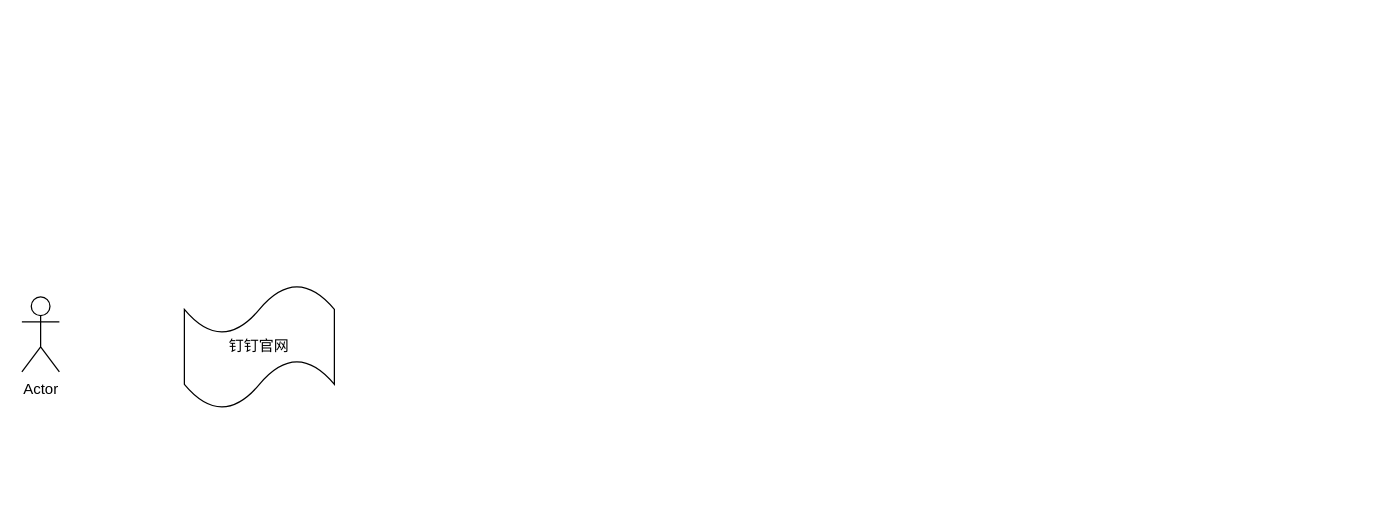
Above: Untitled Diagram.drawio in chenkangzeng/appstreaming (draw.io), before the change. Source tidied: cells renumbered, new cells numbered last; positions are measured from the earlier drawing's top-left corner, leaving out a move shared by most shapes. Both pictures are drawn from the tidied source at 125%, with x=0, y=0 at pixel (21, 284).
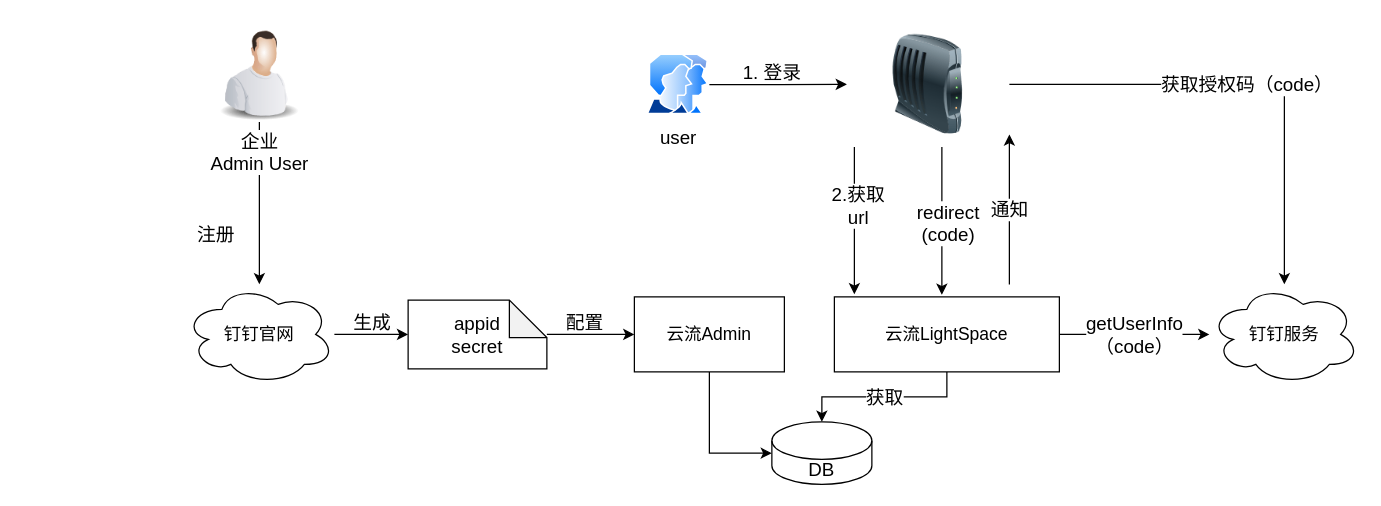
Above is the later version.

What changed in the source:
```diff
@@
-    <mxCell id="2" value="Actor" style="shape=umlActor;verticalLabelPosition=bottom;verticalAlign=top;html=1;" parent="1" vertex="1">
-      <mxGeometry y="10" width="30" height="60" as="geometry" />
-    </mxCell>
+    <mxCell id="4" style="edgeStyle=orthogonalEdgeStyle;rounded=0;jettySize=auto;html=1;fontSize=15;" parent="1" edge="1" source="3" target="6">
+      <mxGeometry relative="1" as="geometry" />
+    </mxCell>
-    <mxCell id="3" value="钉钉官网" style="shape=tape;whiteSpace=wrap;html=1;" parent="1" vertex="1">
-      <mxGeometry x="130" width="120" height="100" as="geometry" />
+    <mxCell id="3" value="钉钉官网" style="ellipse;shape=cloud;whiteSpace=wrap;html=1;fontSize=14;" parent="1" vertex="1">
+      <mxGeometry x="130" width="120" height="80" as="geometry" />
     </mxCell>
+    <mxCell id="5" style="edgeStyle=orthogonalEdgeStyle;rounded=0;jettySize=auto;html=1;fontSize=15;" parent="1" edge="1" source="6" target="8">
+      <mxGeometry relative="1" as="geometry" />
+    </mxCell>
+    <mxCell id="6" value="appid&lt;br style=&quot;font-size: 15px;&quot;&gt;secret" style="shape=note;whiteSpace=wrap;html=1;backgroundOutline=1;darkOpacity=0.05;fontSize=15;" parent="1" vertex="1">
+      <mxGeometry x="309" y="12.5" width="111" height="55" as="geometry" />
+    </mxCell>
+    <mxCell id="7" style="edgeStyle=orthogonalEdgeStyle;rounded=0;jettySize=auto;html=1;entryX=0;entryY=0.5;entryDx=0;entryDy=0;entryPerimeter=0;fontSize=15;" parent="1" edge="1" source="8" target="12">
+      <mxGeometry relative="1" as="geometry" />
+    </mxCell>
+    <mxCell id="8" value="云流Admin" style="rounded=0;whiteSpace=wrap;html=1;fontSize=14;" parent="1" vertex="1">
+      <mxGeometry x="490" y="10" width="120" height="60" as="geometry" />
+    </mxCell>
+    <mxCell id="9" value="获取" style="edgeStyle=orthogonalEdgeStyle;rounded=0;jettySize=auto;html=1;fontSize=15;" parent="1" edge="1" source="11" target="12">
+      <mxGeometry relative="1" as="geometry" />
+    </mxCell>
+    <mxCell id="10" value="getUserInfo&lt;br&gt;（code）" style="edgeStyle=none;rounded=0;jettySize=auto;html=1;fontSize=15;" parent="1" edge="1" source="11" target="13">
+      <mxGeometry relative="1" as="geometry" />
+    </mxCell>
+    <mxCell id="11" value="云流LightSpace" style="rounded=0;whiteSpace=wrap;html=1;fontSize=14;" parent="1" vertex="1">
+      <mxGeometry x="650" y="10" width="180" height="60" as="geometry" />
+    </mxCell>
+    <mxCell id="12" value="DB" style="shape=cylinder3;whiteSpace=wrap;html=1;boundedLbl=1;backgroundOutline=1;size=15;fontSize=15;" parent="1" vertex="1">
+      <mxGeometry x="600" y="110" width="80" height="50" as="geometry" />
+    </mxCell>
+    <mxCell id="13" value="钉钉服务" style="ellipse;shape=cloud;whiteSpace=wrap;html=1;fontSize=14;" parent="1" vertex="1">
+      <mxGeometry x="950" width="120" height="80" as="geometry" />
+    </mxCell>
+    <mxCell id="14" value="获取授权码（code）" style="edgeStyle=orthogonalEdgeStyle;rounded=0;jettySize=auto;html=1;fontSize=15;" parent="1" edge="1" source="15" target="13">
+      <mxGeometry relative="1" as="geometry" />
+    </mxCell>
+    <mxCell id="15" style="image;html=1;image=img/lib/clip_art/networking/Modem_128x128.png;fontSize=15;" parent="1" vertex="1">
+      <mxGeometry x="660" y="-200" width="130" height="80" as="geometry" />
+    </mxCell>
+    <mxCell id="16" style="edgeStyle=orthogonalEdgeStyle;rounded=0;jettySize=auto;html=1;fontSize=15;" parent="1" edge="1" source="17" target="15">
+      <mxGeometry relative="1" as="geometry" />
+    </mxCell>
+    <mxCell id="17" value="user" style="perimeter=ellipsePerimeter;html=1;align=center;shadow=0;dashed=0;spacingTop=3;image;image=img/lib/active_directory/user_accounts.svg;fontSize=15;" parent="1" vertex="1">
+      <mxGeometry x="500" y="-184.2" width="50" height="48.5" as="geometry" />
+    </mxCell>
+    <mxCell id="18" style="edgeStyle=orthogonalEdgeStyle;rounded=0;jettySize=auto;html=1;fontSize=15;" parent="1" edge="1" source="19" target="3">
+      <mxGeometry relative="1" as="geometry" />
+    </mxCell>
+    <mxCell id="19" value="企业&lt;br&gt;Admin User" style="image;html=1;image=img/lib/clip_art/people/Worker_Man_128x128.png;fontSize=15;" parent="1" vertex="1">
+      <mxGeometry x="150" y="-210" width="80" height="80" as="geometry" />
+    </mxCell>
+    <mxCell id="20" value="注册" style="text;html=1;align=center;verticalAlign=middle;fontSize=15;" parent="1" vertex="1">
+      <mxGeometry x="130" y="-50" width="50" height="20" as="geometry" />
+    </mxCell>
+    <mxCell id="21" value="生成" style="text;html=1;align=center;verticalAlign=middle;fontSize=15;" parent="1" vertex="1">
+      <mxGeometry x="255" y="20" width="50" height="20" as="geometry" />
+    </mxCell>
+    <mxCell id="22" value="配置" style="text;html=1;align=center;verticalAlign=middle;fontSize=15;" parent="1" vertex="1">
+      <mxGeometry x="425" y="20" width="50" height="20" as="geometry" />
+    </mxCell>
+    <mxCell id="23" value="1. 登录" style="text;html=1;align=center;verticalAlign=middle;fontSize=15;" parent="1" vertex="1">
+      <mxGeometry x="570" y="-180" width="60" height="20" as="geometry" />
+    </mxCell>
+    <mxCell id="24" style="endArrow=classic;html=1;fontSize=15;" parent="1" edge="1">
+      <mxGeometry relative="1" as="geometry">
+        <mxPoint x="666" y="-110" as="sourcePoint" />
+        <mxPoint x="666" y="8" as="targetPoint" />
+      </mxGeometry>
+    </mxCell>
+    <mxCell id="25" value="2.获取&lt;br&gt;url" style="edgeLabel;html=1;align=center;verticalAlign=middle;fontSize=15;" parent="24" vertex="1">
+      <mxGeometry x="-0.22" y="2" relative="1" as="geometry" />
+    </mxCell>
+    <mxCell id="26" style="endArrow=classic;html=1;fontSize=15;entryX=0.133;entryY=-0.027;entryDx=0;entryDy=0;entryPerimeter=0;" parent="1" edge="1">
+      <mxGeometry relative="1" as="geometry">
+        <mxPoint x="736" y="-110" as="sourcePoint" />
+        <mxPoint x="736" y="8.4" as="targetPoint" />
+      </mxGeometry>
+    </mxCell>
+    <mxCell id="27" value="redirect&lt;br&gt;(code)" style="edgeLabel;html=1;align=center;verticalAlign=middle;fontSize=15;" parent="26" vertex="1">
+      <mxGeometry x="-0.22" y="2" relative="1" as="geometry">
+        <mxPoint x="2" y="14" as="offset" />
+      </mxGeometry>
+    </mxCell>
+    <mxCell id="28" value="通知" style="endArrow=classic;html=1;fontSize=15;entryX=1;entryY=1;entryDx=0;entryDy=0;" parent="1" edge="1" target="15">
+      <mxGeometry relative="1" as="geometry">
+        <mxPoint x="790" as="sourcePoint" />
+      </mxGeometry>
+    </mxCell>
```
